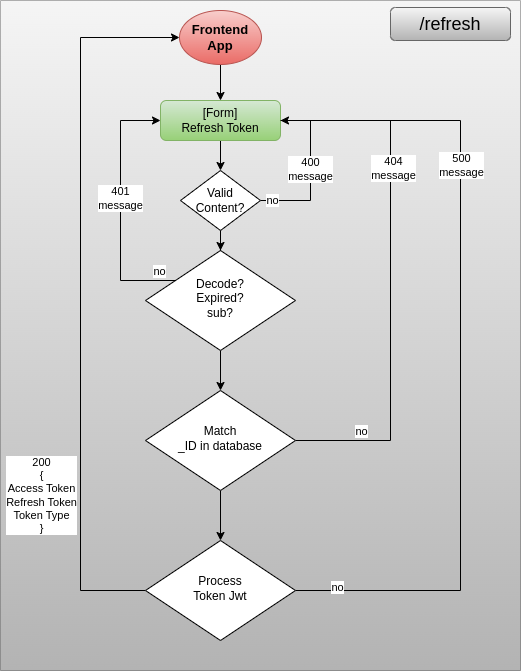
This is docs/Diagrama de Fluxo RefreshToken.png from Fernando-Medeiros/RBI-Auth-Node-API, a draw.io export, as it was before one commit. Source tidied: cells renumbered, new cells last; positions are measured from the earlier drawing's top-left corner, leaving out a move shared by most shapes. Source of this version:
```xml
<mxGraphModel>
  <root>
    <mxCell id="0" />
    <mxCell id="1" parent="0" />
    <mxCell id="2" style="shape=table;startSize=0;rounded=0;glass=0;labelBackgroundColor=none;fillColor=#f5f5f5;gradientColor=#b3b3b3;strokeColor=#666666;" parent="1" vertex="1">
      <mxGeometry width="520" height="670" as="geometry" />
    </mxCell>
    <mxCell id="3" style="shape=tableRow;horizontal=0;startSize=0;swimlaneHead=0;swimlaneBody=0;strokeColor=inherit;top=0;left=0;bottom=0;right=0;fillColor=none;rounded=0;glass=0;labelBackgroundColor=none;fontColor=#000000;" parent="2" vertex="1">
      <mxGeometry width="520" height="670" as="geometry" />
    </mxCell>
    <mxCell id="4" style="shape=partialRectangle;html=1;whiteSpace=wrap;strokeColor=#666666;overflow=hidden;fillColor=#f5f5f5;top=0;left=0;bottom=0;right=0;rounded=0;glass=0;labelBackgroundColor=none;gradientColor=#b3b3b3;" parent="3" vertex="1">
      <mxGeometry width="520" height="670" as="geometry" />
    </mxCell>
    <mxCell id="5" style="edgeStyle=orthogonalEdgeStyle;rounded=0;jettySize=auto;html=1;entryX=0;entryY=0.5;entryDx=0;entryDy=0;fontColor=#000000;endArrow=classic;endFill=1;fillColor=none;" parent="1" edge="1" source="10" target="12">
      <mxGeometry relative="1" as="geometry">
        <Array as="points">
          <mxPoint x="80" y="590" />
          <mxPoint x="80" y="37" />
        </Array>
      </mxGeometry>
    </mxCell>
    <mxCell id="6" value="200&lt;br&gt;{&lt;br&gt;Access Token&lt;br&gt;Refresh Token&lt;br&gt;Token Type&lt;br&gt;}" style="edgeLabel;html=1;align=center;verticalAlign=middle;fontColor=#000000;" parent="5" vertex="1">
      <mxGeometry x="-0.55" y="-1" relative="1" as="geometry">
        <mxPoint x="-41" as="offset" />
      </mxGeometry>
    </mxCell>
    <mxCell id="7" style="edgeStyle=orthogonalEdgeStyle;rounded=0;jettySize=auto;html=1;fontColor=#000000;endArrow=none;endFill=0;fillColor=none;" parent="1" edge="1" source="10">
      <mxGeometry relative="1" as="geometry">
        <mxPoint x="280" y="120" as="targetPoint" />
        <Array as="points">
          <mxPoint x="460" y="590" />
          <mxPoint x="460" y="120" />
        </Array>
      </mxGeometry>
    </mxCell>
    <mxCell id="8" value="no" style="edgeLabel;html=1;align=center;verticalAlign=middle;fontColor=#000000;" parent="7" vertex="1">
      <mxGeometry x="-0.9" y="-3" relative="1" as="geometry">
        <mxPoint x="2" y="-7" as="offset" />
      </mxGeometry>
    </mxCell>
    <mxCell id="9" value="500&lt;br&gt;message" style="edgeLabel;html=1;align=center;verticalAlign=middle;fontColor=#000000;" parent="7" vertex="1">
      <mxGeometry x="0.48" relative="1" as="geometry">
        <mxPoint y="13" as="offset" />
      </mxGeometry>
    </mxCell>
    <mxCell id="10" value="Process &lt;br&gt;Token Jwt" style="rhombus;whiteSpace=wrap;html=1;shadow=0;fontFamily=Helvetica;fontSize=12;align=center;strokeWidth=1;spacing=6;spacingTop=-4;fontColor=#000000;" parent="1" vertex="1">
      <mxGeometry x="145" y="540" width="150" height="100" as="geometry" />
    </mxCell>
    <mxCell id="11" style="edgeStyle=orthogonalEdgeStyle;rounded=0;jettySize=auto;html=1;entryX=0.5;entryY=0;entryDx=0;entryDy=0;fontColor=#000000;endArrow=classic;endFill=1;fillColor=none;" parent="1" edge="1" source="12" target="14">
      <mxGeometry relative="1" as="geometry" />
    </mxCell>
    <mxCell id="12" value="&lt;span style=&quot;font-family: Helvetica; font-size: 13px; font-style: normal; font-variant-ligatures: normal; font-variant-caps: normal; letter-spacing: normal; orphans: 2; text-align: center; text-indent: 0px; text-transform: none; widows: 2; word-spacing: 0px; -webkit-text-stroke-width: 0px; text-decoration-thickness: initial; text-decoration-style: initial; text-decoration-color: initial; float: none; display: inline !important;&quot;&gt;Frontend App&lt;/span&gt;" style="ellipse;whiteSpace=wrap;html=1;fillColor=#f8cecc;gradientColor=#ea6b66;strokeColor=#b85450;fontColor=#000000;labelBackgroundColor=none;fontSize=13;fontStyle=1;" parent="1" vertex="1">
      <mxGeometry x="179" y="10" width="82" height="54" as="geometry" />
    </mxCell>
    <mxCell id="13" style="edgeStyle=orthogonalEdgeStyle;rounded=0;jettySize=auto;html=1;" parent="1" edge="1" source="14" target="30">
      <mxGeometry relative="1" as="geometry" />
    </mxCell>
    <mxCell id="14" value="[Form]&lt;br&gt;Refresh Token" style="rounded=1;whiteSpace=wrap;html=1;fontSize=12;glass=0;strokeWidth=1;shadow=0;fillColor=#d5e8d4;gradientColor=#97d077;strokeColor=#82b366;" parent="1" vertex="1">
      <mxGeometry x="160" y="100" width="120" height="40" as="geometry" />
    </mxCell>
    <mxCell id="15" style="edgeStyle=orthogonalEdgeStyle;rounded=0;jettySize=auto;html=1;fontColor=#000000;endArrow=classic;endFill=1;exitX=0.5;exitY=1;exitDx=0;exitDy=0;fillColor=none;" parent="1" edge="1" source="19" target="24">
      <mxGeometry relative="1" as="geometry" />
    </mxCell>
    <mxCell id="16" style="edgeStyle=orthogonalEdgeStyle;rounded=0;jettySize=auto;html=1;entryX=0;entryY=0.5;entryDx=0;entryDy=0;" parent="1" edge="1" source="19" target="14">
      <mxGeometry relative="1" as="geometry">
        <Array as="points">
          <mxPoint x="120" y="280" />
          <mxPoint x="120" y="120" />
        </Array>
      </mxGeometry>
    </mxCell>
    <mxCell id="17" value="no" style="edgeLabel;html=1;align=center;verticalAlign=middle;" parent="16" vertex="1">
      <mxGeometry x="-0.83" relative="1" as="geometry">
        <mxPoint x="4" y="-10" as="offset" />
      </mxGeometry>
    </mxCell>
    <mxCell id="18" value="401&lt;br&gt;message" style="edgeLabel;html=1;align=center;verticalAlign=middle;" parent="16" vertex="1">
      <mxGeometry x="0.12" y="1" relative="1" as="geometry">
        <mxPoint y="4" as="offset" />
      </mxGeometry>
    </mxCell>
    <mxCell id="19" value="Decode?&lt;br&gt;Expired?&lt;br&gt;sub?" style="rhombus;whiteSpace=wrap;html=1;shadow=0;fontFamily=Helvetica;fontSize=12;align=center;strokeWidth=1;spacing=6;spacingTop=-4;fontColor=#000000;" parent="1" vertex="1">
      <mxGeometry x="145" y="250" width="150" height="100" as="geometry" />
    </mxCell>
    <mxCell id="20" style="edgeStyle=orthogonalEdgeStyle;rounded=0;jettySize=auto;html=1;fontColor=#000000;endArrow=none;endFill=0;fillColor=none;" parent="1" edge="1" source="24">
      <mxGeometry relative="1" as="geometry">
        <mxPoint x="280" y="120" as="targetPoint" />
        <Array as="points">
          <mxPoint x="390" y="440" />
          <mxPoint x="390" y="120" />
        </Array>
      </mxGeometry>
    </mxCell>
    <mxCell id="21" value="no" style="edgeLabel;html=1;align=center;verticalAlign=middle;fontColor=#000000;" parent="20" vertex="1">
      <mxGeometry x="-0.88" y="-3" relative="1" as="geometry">
        <mxPoint x="33" y="-13" as="offset" />
      </mxGeometry>
    </mxCell>
    <mxCell id="22" value="404&lt;br&gt;message" style="edgeLabel;html=1;align=center;verticalAlign=middle;fontColor=#000000;" parent="20" vertex="1">
      <mxGeometry x="0.06" y="-2" relative="1" as="geometry">
        <mxPoint y="-91" as="offset" />
      </mxGeometry>
    </mxCell>
    <mxCell id="23" style="edgeStyle=orthogonalEdgeStyle;rounded=0;jettySize=auto;html=1;fontColor=#000000;endArrow=classic;endFill=1;fillColor=none;entryX=0.5;entryY=0;entryDx=0;entryDy=0;" parent="1" edge="1" source="24" target="10">
      <mxGeometry relative="1" as="geometry" />
    </mxCell>
    <mxCell id="24" value="Match&lt;br&gt;_ID in database" style="rhombus;whiteSpace=wrap;html=1;shadow=0;fontFamily=Helvetica;fontSize=12;align=center;strokeWidth=1;spacing=6;spacingTop=-4;rounded=0;verticalAlign=middle;fontColor=#000000;" parent="1" vertex="1">
      <mxGeometry x="145" y="390" width="150" height="100" as="geometry" />
    </mxCell>
    <mxCell id="25" value="/refresh" style="rounded=1;whiteSpace=wrap;html=1;glass=0;labelBackgroundColor=none;labelBorderColor=none;fontSize=18;fillColor=#f5f5f5;gradientColor=#b3b3b3;strokeColor=#666666;" parent="1" vertex="1">
      <mxGeometry x="390" y="7" width="120" height="33" as="geometry" />
    </mxCell>
    <mxCell id="26" style="edgeStyle=orthogonalEdgeStyle;rounded=0;jettySize=auto;html=1;" parent="1" edge="1" source="30" target="19">
      <mxGeometry relative="1" as="geometry" />
    </mxCell>
    <mxCell id="27" style="edgeStyle=orthogonalEdgeStyle;rounded=0;jettySize=auto;html=1;" parent="1" edge="1" source="30">
      <mxGeometry relative="1" as="geometry">
        <mxPoint x="280" y="120" as="targetPoint" />
        <Array as="points">
          <mxPoint x="310" y="200" />
          <mxPoint x="310" y="120" />
        </Array>
      </mxGeometry>
    </mxCell>
    <mxCell id="28" value="no" style="edgeLabel;html=1;align=center;verticalAlign=middle;" parent="27" vertex="1">
      <mxGeometry x="-0.75" y="1" relative="1" as="geometry">
        <mxPoint x="-9" as="offset" />
      </mxGeometry>
    </mxCell>
    <mxCell id="29" value="400&lt;br&gt;message" style="edgeLabel;html=1;align=center;verticalAlign=middle;" parent="27" vertex="1">
      <mxGeometry x="0.02" y="1" relative="1" as="geometry" />
    </mxCell>
    <mxCell id="30" value="Valid&lt;br&gt;Content?" style="rhombus;whiteSpace=wrap;html=1;" parent="1" vertex="1">
      <mxGeometry x="180" y="170" width="80" height="60" as="geometry" />
    </mxCell>
  </root>
</mxGraphModel>
```
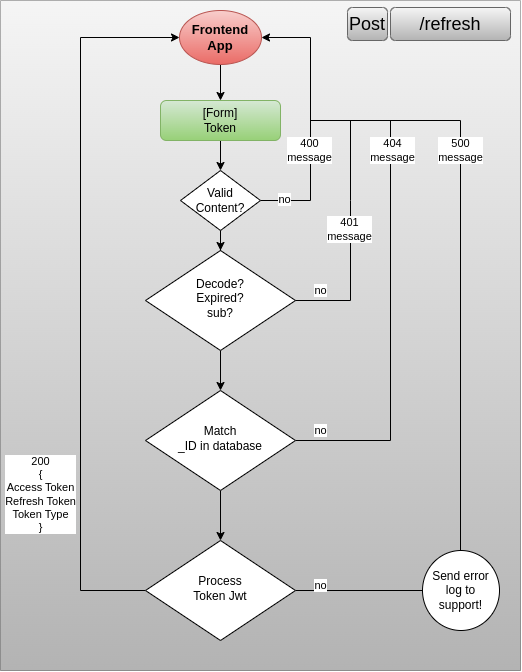
After the commit.

Commit message:
docs: add Diagrama -> PostCustomers; update diagramas

What changed in the source:
```diff
@@ -26,7 +26,7 @@
     </mxCell>
     <mxCell id="7" style="edgeStyle=orthogonalEdgeStyle;rounded=0;jettySize=auto;html=1;fontColor=#000000;endArrow=none;endFill=0;fillColor=none;" parent="1" edge="1" source="10">
       <mxGeometry relative="1" as="geometry">
-        <mxPoint x="280" y="120" as="targetPoint" />
+        <mxPoint x="310" y="120" as="targetPoint" />
         <Array as="points">
           <mxPoint x="460" y="590" />
           <mxPoint x="460" y="120" />
@@ -35,12 +35,12 @@
     </mxCell>
     <mxCell id="8" value="no" style="edgeLabel;html=1;align=center;verticalAlign=middle;fontColor=#000000;" parent="7" vertex="1">
       <mxGeometry x="-0.9" y="-3" relative="1" as="geometry">
-        <mxPoint x="2" y="-7" as="offset" />
+        <mxPoint x="-13" y="-8" as="offset" />
       </mxGeometry>
     </mxCell>
     <mxCell id="9" value="500&lt;br&gt;message" style="edgeLabel;html=1;align=center;verticalAlign=middle;fontColor=#000000;" parent="7" vertex="1">
       <mxGeometry x="0.48" relative="1" as="geometry">
-        <mxPoint y="13" as="offset" />
+        <mxPoint y="-24" as="offset" />
       </mxGeometry>
     </mxCell>
     <mxCell id="10" value="Process &lt;br&gt;Token Jwt" style="rhombus;whiteSpace=wrap;html=1;shadow=0;fontFamily=Helvetica;fontSize=12;align=center;strokeWidth=1;spacing=6;spacingTop=-4;fontColor=#000000;" parent="1" vertex="1">
@@ -55,28 +55,30 @@
     <mxCell id="13" style="edgeStyle=orthogonalEdgeStyle;rounded=0;jettySize=auto;html=1;" parent="1" edge="1" source="14" target="30">
       <mxGeometry relative="1" as="geometry" />
     </mxCell>
-    <mxCell id="14" value="[Form]&lt;br&gt;Refresh Token" style="rounded=1;whiteSpace=wrap;html=1;fontSize=12;glass=0;strokeWidth=1;shadow=0;fillColor=#d5e8d4;gradientColor=#97d077;strokeColor=#82b366;" parent="1" vertex="1">
+    <mxCell id="14" value="[Form]&lt;br&gt;Token" style="rounded=1;whiteSpace=wrap;html=1;fontSize=12;glass=0;strokeWidth=1;shadow=0;fillColor=#d5e8d4;gradientColor=#97d077;strokeColor=#82b366;" parent="1" vertex="1">
       <mxGeometry x="160" y="100" width="120" height="40" as="geometry" />
     </mxCell>
     <mxCell id="15" style="edgeStyle=orthogonalEdgeStyle;rounded=0;jettySize=auto;html=1;fontColor=#000000;endArrow=classic;endFill=1;exitX=0.5;exitY=1;exitDx=0;exitDy=0;fillColor=none;" parent="1" edge="1" source="19" target="24">
       <mxGeometry relative="1" as="geometry" />
     </mxCell>
-    <mxCell id="16" style="edgeStyle=orthogonalEdgeStyle;rounded=0;jettySize=auto;html=1;entryX=0;entryY=0.5;entryDx=0;entryDy=0;" parent="1" edge="1" source="19" target="14">
+    <mxCell id="16" style="edgeStyle=orthogonalEdgeStyle;rounded=0;jettySize=auto;html=1;exitX=0.973;exitY=0.52;exitDx=0;exitDy=0;exitPerimeter=0;endArrow=none;endFill=0;" parent="1" edge="1" source="19">
       <mxGeometry relative="1" as="geometry">
+        <mxPoint x="350" y="120" as="targetPoint" />
         <Array as="points">
-          <mxPoint x="120" y="280" />
-          <mxPoint x="120" y="120" />
+          <mxPoint x="291" y="300" />
+          <mxPoint x="350" y="300" />
+          <mxPoint x="350" y="200" />
         </Array>
       </mxGeometry>
     </mxCell>
     <mxCell id="17" value="no" style="edgeLabel;html=1;align=center;verticalAlign=middle;" parent="16" vertex="1">
       <mxGeometry x="-0.83" relative="1" as="geometry">
-        <mxPoint x="4" y="-10" as="offset" />
+        <mxPoint x="11" y="-10" as="offset" />
       </mxGeometry>
     </mxCell>
     <mxCell id="18" value="401&lt;br&gt;message" style="edgeLabel;html=1;align=center;verticalAlign=middle;" parent="16" vertex="1">
       <mxGeometry x="0.12" y="1" relative="1" as="geometry">
-        <mxPoint y="4" as="offset" />
+        <mxPoint y="3" as="offset" />
       </mxGeometry>
     </mxCell>
     <mxCell id="19" value="Decode?&lt;br&gt;Expired?&lt;br&gt;sub?" style="rhombus;whiteSpace=wrap;html=1;shadow=0;fontFamily=Helvetica;fontSize=12;align=center;strokeWidth=1;spacing=6;spacingTop=-4;fontColor=#000000;" parent="1" vertex="1">
@@ -84,7 +86,7 @@
     </mxCell>
     <mxCell id="20" style="edgeStyle=orthogonalEdgeStyle;rounded=0;jettySize=auto;html=1;fontColor=#000000;endArrow=none;endFill=0;fillColor=none;" parent="1" edge="1" source="24">
       <mxGeometry relative="1" as="geometry">
-        <mxPoint x="280" y="120" as="targetPoint" />
+        <mxPoint x="310" y="120" as="targetPoint" />
         <Array as="points">
           <mxPoint x="390" y="440" />
           <mxPoint x="390" y="120" />
@@ -93,12 +95,12 @@
     </mxCell>
     <mxCell id="21" value="no" style="edgeLabel;html=1;align=center;verticalAlign=middle;fontColor=#000000;" parent="20" vertex="1">
       <mxGeometry x="-0.88" y="-3" relative="1" as="geometry">
-        <mxPoint x="33" y="-13" as="offset" />
+        <mxPoint x="-5" y="-13" as="offset" />
       </mxGeometry>
     </mxCell>
     <mxCell id="22" value="404&lt;br&gt;message" style="edgeLabel;html=1;align=center;verticalAlign=middle;fontColor=#000000;" parent="20" vertex="1">
       <mxGeometry x="0.06" y="-2" relative="1" as="geometry">
-        <mxPoint y="-91" as="offset" />
+        <mxPoint y="-124" as="offset" />
       </mxGeometry>
     </mxCell>
     <mxCell id="23" style="edgeStyle=orthogonalEdgeStyle;rounded=0;jettySize=auto;html=1;fontColor=#000000;endArrow=classic;endFill=1;fillColor=none;entryX=0.5;entryY=0;entryDx=0;entryDy=0;" parent="1" edge="1" source="24" target="10">
@@ -113,12 +115,11 @@
     <mxCell id="26" style="edgeStyle=orthogonalEdgeStyle;rounded=0;jettySize=auto;html=1;" parent="1" edge="1" source="30" target="19">
       <mxGeometry relative="1" as="geometry" />
     </mxCell>
-    <mxCell id="27" style="edgeStyle=orthogonalEdgeStyle;rounded=0;jettySize=auto;html=1;" parent="1" edge="1" source="30">
+    <mxCell id="27" style="edgeStyle=orthogonalEdgeStyle;rounded=0;jettySize=auto;html=1;entryX=1;entryY=0.5;entryDx=0;entryDy=0;" parent="1" edge="1" source="30" target="12">
       <mxGeometry relative="1" as="geometry">
-        <mxPoint x="280" y="120" as="targetPoint" />
         <Array as="points">
           <mxPoint x="310" y="200" />
-          <mxPoint x="310" y="120" />
+          <mxPoint x="310" y="37" />
         </Array>
       </mxGeometry>
     </mxCell>
@@ -128,10 +129,18 @@
       </mxGeometry>
     </mxCell>
     <mxCell id="29" value="400&lt;br&gt;message" style="edgeLabel;html=1;align=center;verticalAlign=middle;" parent="27" vertex="1">
-      <mxGeometry x="0.02" y="1" relative="1" as="geometry" />
+      <mxGeometry x="0.02" y="1" relative="1" as="geometry">
+        <mxPoint y="33" as="offset" />
+      </mxGeometry>
     </mxCell>
     <mxCell id="30" value="Valid&lt;br&gt;Content?" style="rhombus;whiteSpace=wrap;html=1;" parent="1" vertex="1">
       <mxGeometry x="180" y="170" width="80" height="60" as="geometry" />
     </mxCell>
+    <mxCell id="31" value="Send error log to support!" style="ellipse;whiteSpace=wrap;html=1;" parent="1" vertex="1">
+      <mxGeometry x="422" y="550" width="77" height="80" as="geometry" />
+    </mxCell>
+    <mxCell id="32" value="Post" style="rounded=1;whiteSpace=wrap;html=1;glass=0;labelBackgroundColor=none;labelBorderColor=none;fontSize=18;fillColor=#f5f5f5;strokeColor=#666666;gradientColor=#b3b3b3;" parent="1" vertex="1">
+      <mxGeometry x="347" y="7" width="40" height="33" as="geometry" />
+    </mxCell>
   </root>
 </mxGraphModel>
```
